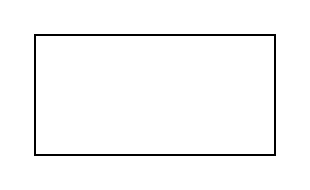
Before: pkfare/book-refactor/未命名绘图.drawio in zhangweixin/design-diagram, a draw.io diagram. Source tidied: cells renumbered, new cells numbered last; positions are measured from the earlier drawing's top-left corner, leaving out a move shared by most shapes. Both pictures are drawn from the tidied source at 200%, with x=0, y=0 at pixel (34, 34).
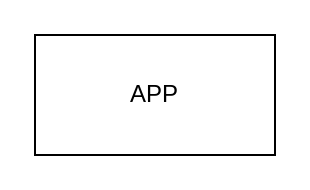
Above is the later version.

Commit message (it also covers changes not shown here):
更新未命名绘图.drawio

What changed in the source:
```diff
@@
 <mxGraphModel>
   <root>
     <mxCell id="0" />
     <mxCell id="1" parent="0" />
-    <mxCell id="2" style="rounded=0;whiteSpace=wrap;html=1;" parent="1" vertex="1">
+    <mxCell id="2" value="APP" style="rounded=0;whiteSpace=wrap;html=1;" parent="1" vertex="1">
       <mxGeometry width="120" height="60" as="geometry" />
     </mxCell>
   </root>
 </mxGraphModel>
```
